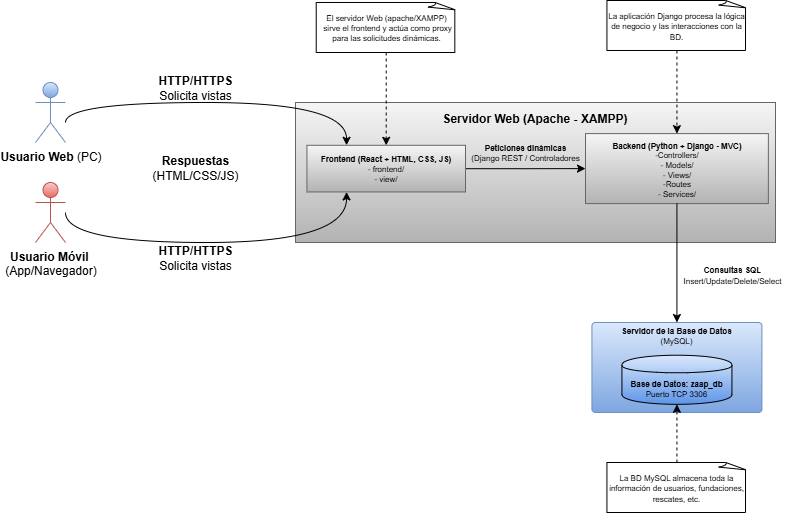
Pauland08/Proyecto-Zaap keeps this draw.io diagram as _docs/trim_03/Diagrama de Distribución UML/Diagrama de despliegue.png. Above is the earlier version. Source tidied: cells renumbered, new cells last; positions are measured from the earlier drawing's top-left corner, leaving out a move shared by most shapes. Its diagram source:
```xml
<mxGraphModel>
  <root>
    <mxCell id="0" />
    <mxCell id="1" parent="0" />
    <mxCell id="2" value="&lt;b&gt;Usuario Web &lt;/b&gt;(PC)" style="shape=umlActor;verticalLabelPosition=bottom;verticalAlign=top;html=1;fillColor=#dae8fc;strokeColor=#6c8ebf;gradientColor=#7ea6e0;" parent="1" vertex="1">
      <mxGeometry y="82" width="30" height="60" as="geometry" />
    </mxCell>
    <mxCell id="3" value="&lt;b&gt;Usuario Móvil&amp;nbsp;&lt;/b&gt;&lt;div&gt;(App/Navegador)&lt;/div&gt;" style="shape=umlActor;verticalLabelPosition=bottom;verticalAlign=top;html=1;fillColor=#f8cecc;strokeColor=#b85450;gradientColor=#ea6b66;" parent="1" vertex="1">
      <mxGeometry y="182" width="30" height="60" as="geometry" />
    </mxCell>
    <mxCell id="4" value="&lt;b&gt;HTTP/HTTPS&lt;/b&gt;&lt;div&gt;Solicita vistas&lt;/div&gt;" style="text;html=1;align=center;verticalAlign=middle;whiteSpace=wrap;rounded=0;" parent="1" vertex="1">
      <mxGeometry x="120" y="242" width="80" height="30" as="geometry" />
    </mxCell>
    <mxCell id="5" value="&lt;b&gt;HTTP/HTTPS&lt;/b&gt;&lt;div&gt;Solicita vistas&lt;/div&gt;" style="text;html=1;align=center;verticalAlign=middle;whiteSpace=wrap;rounded=0;" parent="1" vertex="1">
      <mxGeometry x="120" y="72" width="80" height="30" as="geometry" />
    </mxCell>
    <mxCell id="6" style="group;" parent="1" vertex="1">
      <mxGeometry x="260" y="102" width="480" height="140" as="geometry" />
    </mxCell>
    <mxCell id="7" style="group;" parent="6" vertex="1">
      <mxGeometry width="480" height="140" as="geometry" />
    </mxCell>
    <mxCell id="8" style="group;" parent="7" vertex="1">
      <mxGeometry width="480" height="140" as="geometry" />
    </mxCell>
    <mxCell id="9" style="rounded=0;whiteSpace=wrap;html=1;fillColor=#f5f5f5;gradientColor=#b3b3b3;strokeColor=#666666;" parent="8" vertex="1">
      <mxGeometry width="480" height="140" as="geometry" />
    </mxCell>
    <mxCell id="10" style="edgeStyle=orthogonalEdgeStyle;rounded=0;jettySize=auto;html=1;" parent="8" edge="1" source="11" target="12">
      <mxGeometry relative="1" as="geometry" />
    </mxCell>
    <mxCell id="11" value="&lt;div style=&quot;line-height: 80%;&quot;&gt;&lt;font style=&quot;font-size: 8px; line-height: 80%;&quot;&gt;&lt;b&gt;Frontend (React + HTML, CSS, JS)&lt;/b&gt;&lt;/font&gt;&lt;/div&gt;&lt;div style=&quot;line-height: 80%;&quot;&gt;&lt;span style=&quot;font-size: 8px; background-color: transparent; color: light-dark(rgb(0, 0, 0), rgb(255, 255, 255));&quot;&gt;-&amp;nbsp;frontend/&lt;/span&gt;&lt;/div&gt;&lt;div style=&quot;line-height: 80%;&quot;&gt;&lt;span style=&quot;font-size: 8px; background-color: transparent; color: light-dark(rgb(0, 0, 0), rgb(255, 255, 255));&quot;&gt;- view/&lt;/span&gt;&lt;/div&gt;" style="rounded=0;whiteSpace=wrap;html=1;fillColor=#f5f5f5;gradientColor=#b3b3b3;strokeColor=#666666;" parent="8" vertex="1">
      <mxGeometry x="11.4" y="42.8" width="158.6" height="46.7" as="geometry" />
    </mxCell>
    <mxCell id="12" value="&lt;div style=&quot;line-height: 80%;&quot;&gt;&lt;span style=&quot;font-size: 8px; line-height: 80%;&quot;&gt;&lt;b&gt;Backend (Python + Django - MVC)&lt;/b&gt;&lt;/span&gt;&lt;div&gt;&lt;span style=&quot;font-size: 8px; line-height: 80%;&quot;&gt;-Controllers/&lt;/span&gt;&lt;/div&gt;&lt;div&gt;&lt;span style=&quot;font-size: 8px; line-height: 80%;&quot;&gt;- Models/&lt;/span&gt;&lt;/div&gt;&lt;div&gt;&lt;span style=&quot;font-size: 8px; line-height: 80%;&quot;&gt;- Views/&lt;/span&gt;&lt;/div&gt;&lt;div&gt;&lt;span style=&quot;font-size: 8px; line-height: 80%;&quot;&gt;-Routes&lt;/span&gt;&lt;/div&gt;&lt;div&gt;&lt;span style=&quot;font-size: 8px; line-height: 80%;&quot;&gt;- Services/&lt;/span&gt;&lt;/div&gt;&lt;/div&gt;" style="rounded=0;whiteSpace=wrap;html=1;fillColor=#f5f5f5;gradientColor=#b3b3b3;strokeColor=#666666;" parent="8" vertex="1">
      <mxGeometry x="290" y="31.1" width="182.9" height="70" as="geometry" />
    </mxCell>
    <mxCell id="13" value="&lt;b&gt;Servidor Web (Apache - XAMPP)&lt;/b&gt;" style="text;html=1;align=center;verticalAlign=middle;whiteSpace=wrap;rounded=0;" parent="8" vertex="1">
      <mxGeometry x="91.4" y="1.1" width="297.1" height="30" as="geometry" />
    </mxCell>
    <mxCell id="14" value="&lt;div style=&quot;line-height: 80%;&quot;&gt;&lt;font style=&quot;font-size: 8px; line-height: 80%;&quot;&gt;&lt;b&gt;Peticiones dinámicas&lt;/b&gt;&lt;/font&gt;&lt;div&gt;&lt;font style=&quot;font-size: 8px; line-height: 80%;&quot;&gt;(Django REST / Controladores&lt;/font&gt;&lt;/div&gt;&lt;/div&gt;" style="text;html=1;align=center;verticalAlign=middle;whiteSpace=wrap;rounded=0;" parent="8" vertex="1">
      <mxGeometry x="170" y="34.1" width="120" height="30" as="geometry" />
    </mxCell>
    <mxCell id="15" style="rounded=0;jettySize=auto;html=1;entryX=0.25;entryY=0;entryDx=0;entryDy=0;elbow=vertical;edgeStyle=orthogonalEdgeStyle;curved=1;" parent="1" edge="1" target="11">
      <mxGeometry relative="1" as="geometry">
        <mxPoint x="30" y="122" as="sourcePoint" />
        <Array as="points">
          <mxPoint x="30" y="102" />
          <mxPoint x="311" y="102" />
        </Array>
      </mxGeometry>
    </mxCell>
    <mxCell id="16" style="rounded=0;jettySize=auto;html=1;entryX=0.25;entryY=1;entryDx=0;entryDy=0;edgeStyle=orthogonalEdgeStyle;curved=1;" parent="1" edge="1" target="11">
      <mxGeometry relative="1" as="geometry">
        <mxPoint x="30" y="212" as="sourcePoint" />
        <Array as="points">
          <mxPoint x="30" y="242" />
          <mxPoint x="311" y="242" />
        </Array>
      </mxGeometry>
    </mxCell>
    <mxCell id="17" value="&lt;div&gt;&lt;b&gt;Respuestas&lt;/b&gt;&lt;/div&gt;&lt;div&gt;(HTML/CSS/JS)&lt;/div&gt;" style="text;html=1;align=center;verticalAlign=middle;whiteSpace=wrap;rounded=0;" parent="1" vertex="1">
      <mxGeometry x="120" y="152" width="80" height="30" as="geometry" />
    </mxCell>
    <mxCell id="18" style="edgeStyle=orthogonalEdgeStyle;rounded=0;jettySize=auto;html=1;dashed=1;" parent="1" edge="1" source="19" target="11">
      <mxGeometry relative="1" as="geometry" />
    </mxCell>
    <mxCell id="19" value="&lt;div style=&quot;line-height: 80%;&quot;&gt;&lt;font style=&quot;font-size: 8px; line-height: 80%;&quot;&gt;El servidor Web (apache/XAMPP)&lt;/font&gt;&lt;div&gt;&lt;font style=&quot;font-size: 8px;&quot;&gt;&amp;nbsp;sirve el frontend y actúa como proxy para las solicitudes dinámicas.&lt;/font&gt;&lt;/div&gt;&lt;/div&gt;" style="whiteSpace=wrap;html=1;shape=mxgraph.basic.document;" parent="1" vertex="1">
      <mxGeometry x="280.7" y="2" width="140" height="50" as="geometry" />
    </mxCell>
    <mxCell id="20" style="edgeStyle=orthogonalEdgeStyle;rounded=0;jettySize=auto;html=1;entryX=0.5;entryY=0;entryDx=0;entryDy=0;dashed=1;" parent="1" edge="1" source="21" target="12">
      <mxGeometry relative="1" as="geometry" />
    </mxCell>
    <mxCell id="21" value="&lt;div style=&quot;line-height: 80%;&quot;&gt;&lt;font style=&quot;font-size: 8px;&quot;&gt;La aplicación Django procesa la lógica de negocio y las interacciones con la BD.&lt;/font&gt;&lt;/div&gt;" style="whiteSpace=wrap;html=1;shape=mxgraph.basic.document;" parent="1" vertex="1">
      <mxGeometry x="571.4" width="140" height="50" as="geometry" />
    </mxCell>
    <mxCell id="22" style="group;glass=0;" parent="1" vertex="1">
      <mxGeometry x="556.4" y="322" width="170" height="90" as="geometry" />
    </mxCell>
    <mxCell id="23" style="group;" parent="22" vertex="1">
      <mxGeometry width="170" height="90" as="geometry" />
    </mxCell>
    <mxCell id="24" style="rounded=1;whiteSpace=wrap;html=1;arcSize=4;fillColor=#dae8fc;gradientColor=#7ea6e0;strokeColor=#6c8ebf;strokeWidth=1;glass=0;shadow=0;" parent="23" vertex="1">
      <mxGeometry width="170" height="90" as="geometry" />
    </mxCell>
    <mxCell id="25" value="&lt;div style=&quot;line-height: 80%;&quot;&gt;&lt;font style=&quot;font-size: 8px; line-height: 80%;&quot;&gt;&lt;b&gt;Base de Datos: zaap_db&lt;/b&gt;&lt;/font&gt;&lt;div&gt;&lt;font style=&quot;font-size: 8px; line-height: 80%;&quot;&gt;Puerto TCP 3306&lt;/font&gt;&lt;/div&gt;&lt;/div&gt;" style="shape=cylinder;whiteSpace=wrap;html=1;boundedLbl=1;backgroundOutline=1;fillColor=#dae8fc;gradientColor=light-dark(#5e95e8, #436697);strokeColor=#000000;" parent="23" vertex="1">
      <mxGeometry x="30" y="32.7" width="110" height="49.1" as="geometry" />
    </mxCell>
    <mxCell id="26" value="&lt;div style=&quot;line-height: 80%;&quot;&gt;&lt;div&gt;&lt;font style=&quot;font-size: 8px; line-height: 80%;&quot;&gt;&lt;b&gt;Servidor de la Base de Datos&lt;/b&gt;&lt;/font&gt;&lt;/div&gt;&lt;div&gt;&lt;font style=&quot;font-size: 8px; line-height: 80%;&quot;&gt;(MySQL)&lt;/font&gt;&lt;/div&gt;&lt;/div&gt;" style="text;html=1;align=center;verticalAlign=middle;whiteSpace=wrap;rounded=0;" parent="23" vertex="1">
      <mxGeometry x="25" width="120" height="24.5" as="geometry" />
    </mxCell>
    <mxCell id="27" style="edgeStyle=orthogonalEdgeStyle;rounded=0;jettySize=auto;html=1;exitX=0.5;exitY=1;exitDx=0;exitDy=0;entryX=0.5;entryY=0;entryDx=0;entryDy=0;" parent="1" edge="1" source="12" target="26">
      <mxGeometry relative="1" as="geometry" />
    </mxCell>
    <mxCell id="28" style="edgeStyle=orthogonalEdgeStyle;rounded=0;jettySize=auto;html=1;exitX=0.5;exitY=0;exitDx=0;exitDy=0;exitPerimeter=0;entryX=0.5;entryY=1;entryDx=0;entryDy=0;dashed=1;" parent="1" edge="1" source="29" target="25">
      <mxGeometry relative="1" as="geometry" />
    </mxCell>
    <mxCell id="29" value="&lt;div style=&quot;line-height: 80%;&quot;&gt;&lt;font style=&quot;font-size: 8px;&quot;&gt;La BD MySQL almacena toda la información de usuarios, fundaciones, rescates, etc.&lt;/font&gt;&lt;/div&gt;" style="whiteSpace=wrap;html=1;shape=mxgraph.basic.document;" parent="1" vertex="1">
      <mxGeometry x="571.4" y="462" width="140" height="50" as="geometry" />
    </mxCell>
    <mxCell id="30" value="&lt;div style=&quot;line-height: 80%;&quot;&gt;&lt;div&gt;&lt;span style=&quot;font-size: 8px; background-color: transparent; color: light-dark(rgb(0, 0, 0), rgb(255, 255, 255));&quot;&gt;&lt;b&gt;Consultas SQL&lt;/b&gt;&lt;/span&gt;&lt;/div&gt;&lt;div&gt;&lt;span style=&quot;font-size: 8px;&quot;&gt;Insert/Update/Delete/Select&lt;/span&gt;&lt;/div&gt;&lt;/div&gt;" style="text;html=1;align=center;verticalAlign=middle;whiteSpace=wrap;rounded=0;" parent="1" vertex="1">
      <mxGeometry x="637" y="262" width="120" height="24.5" as="geometry" />
    </mxCell>
  </root>
</mxGraphModel>
```
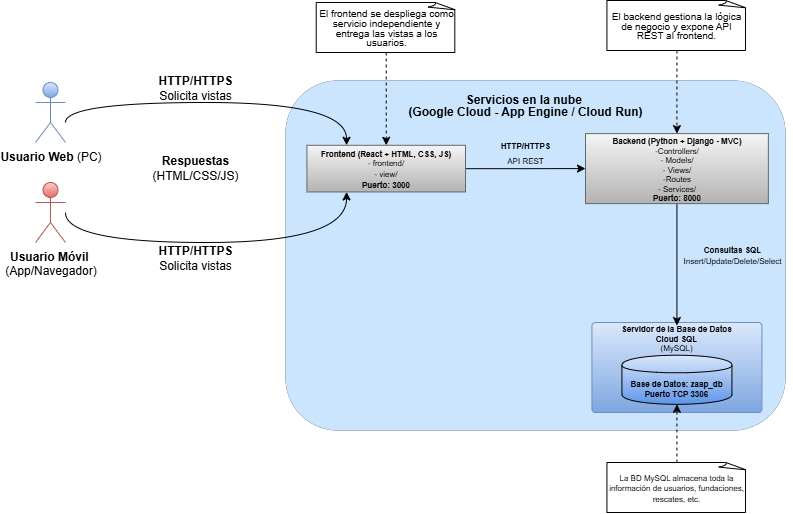
The same diagram one commit later.

The edit, as a diff of the source:
```diff
@@ -2,6 +2,9 @@
   <root>
     <mxCell id="0" />
     <mxCell id="1" parent="0" />
+    <mxCell id="31" value="&lt;div style=&quot;line-height: 80%;&quot;&gt;&lt;br&gt;&lt;/div&gt;" style="rounded=1;whiteSpace=wrap;html=1;fillColor=#cce5ff;strokeColor=#36393d;shadow=0;strokeWidth=0;" parent="1" vertex="1">
+      <mxGeometry x="250" y="80" width="500" height="350" as="geometry" />
+    </mxCell>
     <mxCell id="2" value="&lt;b&gt;Usuario Web &lt;/b&gt;(PC)" style="shape=umlActor;verticalLabelPosition=bottom;verticalAlign=top;html=1;fillColor=#dae8fc;strokeColor=#6c8ebf;gradientColor=#7ea6e0;" parent="1" vertex="1">
       <mxGeometry y="82" width="30" height="60" as="geometry" />
     </mxCell>
@@ -14,33 +17,6 @@
     <mxCell id="5" value="&lt;b&gt;HTTP/HTTPS&lt;/b&gt;&lt;div&gt;Solicita vistas&lt;/div&gt;" style="text;html=1;align=center;verticalAlign=middle;whiteSpace=wrap;rounded=0;" parent="1" vertex="1">
       <mxGeometry x="120" y="72" width="80" height="30" as="geometry" />
     </mxCell>
-    <mxCell id="6" style="group;" parent="1" vertex="1">
-      <mxGeometry x="260" y="102" width="480" height="140" as="geometry" />
-    </mxCell>
-    <mxCell id="7" style="group;" parent="6" vertex="1">
-      <mxGeometry width="480" height="140" as="geometry" />
-    </mxCell>
-    <mxCell id="8" style="group;" parent="7" vertex="1">
-      <mxGeometry width="480" height="140" as="geometry" />
-    </mxCell>
-    <mxCell id="9" style="rounded=0;whiteSpace=wrap;html=1;fillColor=#f5f5f5;gradientColor=#b3b3b3;strokeColor=#666666;" parent="8" vertex="1">
-      <mxGeometry width="480" height="140" as="geometry" />
-    </mxCell>
-    <mxCell id="10" style="edgeStyle=orthogonalEdgeStyle;rounded=0;jettySize=auto;html=1;" parent="8" edge="1" source="11" target="12">
-      <mxGeometry relative="1" as="geometry" />
-    </mxCell>
-    <mxCell id="11" value="&lt;div style=&quot;line-height: 80%;&quot;&gt;&lt;font style=&quot;font-size: 8px; line-height: 80%;&quot;&gt;&lt;b&gt;Frontend (React + HTML, CSS, JS)&lt;/b&gt;&lt;/font&gt;&lt;/div&gt;&lt;div style=&quot;line-height: 80%;&quot;&gt;&lt;span style=&quot;font-size: 8px; background-color: transparent; color: light-dark(rgb(0, 0, 0), rgb(255, 255, 255));&quot;&gt;-&amp;nbsp;frontend/&lt;/span&gt;&lt;/div&gt;&lt;div style=&quot;line-height: 80%;&quot;&gt;&lt;span style=&quot;font-size: 8px; background-color: transparent; color: light-dark(rgb(0, 0, 0), rgb(255, 255, 255));&quot;&gt;- view/&lt;/span&gt;&lt;/div&gt;" style="rounded=0;whiteSpace=wrap;html=1;fillColor=#f5f5f5;gradientColor=#b3b3b3;strokeColor=#666666;" parent="8" vertex="1">
-      <mxGeometry x="11.4" y="42.8" width="158.6" height="46.7" as="geometry" />
-    </mxCell>
-    <mxCell id="12" value="&lt;div style=&quot;line-height: 80%;&quot;&gt;&lt;span style=&quot;font-size: 8px; line-height: 80%;&quot;&gt;&lt;b&gt;Backend (Python + Django - MVC)&lt;/b&gt;&lt;/span&gt;&lt;div&gt;&lt;span style=&quot;font-size: 8px; line-height: 80%;&quot;&gt;-Controllers/&lt;/span&gt;&lt;/div&gt;&lt;div&gt;&lt;span style=&quot;font-size: 8px; line-height: 80%;&quot;&gt;- Models/&lt;/span&gt;&lt;/div&gt;&lt;div&gt;&lt;span style=&quot;font-size: 8px; line-height: 80%;&quot;&gt;- Views/&lt;/span&gt;&lt;/div&gt;&lt;div&gt;&lt;span style=&quot;font-size: 8px; line-height: 80%;&quot;&gt;-Routes&lt;/span&gt;&lt;/div&gt;&lt;div&gt;&lt;span style=&quot;font-size: 8px; line-height: 80%;&quot;&gt;- Services/&lt;/span&gt;&lt;/div&gt;&lt;/div&gt;" style="rounded=0;whiteSpace=wrap;html=1;fillColor=#f5f5f5;gradientColor=#b3b3b3;strokeColor=#666666;" parent="8" vertex="1">
-      <mxGeometry x="290" y="31.1" width="182.9" height="70" as="geometry" />
-    </mxCell>
-    <mxCell id="13" value="&lt;b&gt;Servidor Web (Apache - XAMPP)&lt;/b&gt;" style="text;html=1;align=center;verticalAlign=middle;whiteSpace=wrap;rounded=0;" parent="8" vertex="1">
-      <mxGeometry x="91.4" y="1.1" width="297.1" height="30" as="geometry" />
-    </mxCell>
-    <mxCell id="14" value="&lt;div style=&quot;line-height: 80%;&quot;&gt;&lt;font style=&quot;font-size: 8px; line-height: 80%;&quot;&gt;&lt;b&gt;Peticiones dinámicas&lt;/b&gt;&lt;/font&gt;&lt;div&gt;&lt;font style=&quot;font-size: 8px; line-height: 80%;&quot;&gt;(Django REST / Controladores&lt;/font&gt;&lt;/div&gt;&lt;/div&gt;" style="text;html=1;align=center;verticalAlign=middle;whiteSpace=wrap;rounded=0;" parent="8" vertex="1">
-      <mxGeometry x="170" y="34.1" width="120" height="30" as="geometry" />
-    </mxCell>
     <mxCell id="15" style="rounded=0;jettySize=auto;html=1;entryX=0.25;entryY=0;entryDx=0;entryDy=0;elbow=vertical;edgeStyle=orthogonalEdgeStyle;curved=1;" parent="1" edge="1" target="11">
       <mxGeometry relative="1" as="geometry">
         <mxPoint x="30" y="122" as="sourcePoint" />
@@ -65,13 +41,13 @@
     <mxCell id="18" style="edgeStyle=orthogonalEdgeStyle;rounded=0;jettySize=auto;html=1;dashed=1;" parent="1" edge="1" source="19" target="11">
       <mxGeometry relative="1" as="geometry" />
     </mxCell>
-    <mxCell id="19" value="&lt;div style=&quot;line-height: 80%;&quot;&gt;&lt;font style=&quot;font-size: 8px; line-height: 80%;&quot;&gt;El servidor Web (apache/XAMPP)&lt;/font&gt;&lt;div&gt;&lt;font style=&quot;font-size: 8px;&quot;&gt;&amp;nbsp;sirve el frontend y actúa como proxy para las solicitudes dinámicas.&lt;/font&gt;&lt;/div&gt;&lt;/div&gt;" style="whiteSpace=wrap;html=1;shape=mxgraph.basic.document;" parent="1" vertex="1">
+    <mxCell id="19" value="&lt;div style=&quot;line-height: 80%;&quot;&gt;&lt;font style=&quot;font-size: 10px;&quot;&gt;El frontend se despliega como servicio independiente y entrega las vistas a los usuarios.&lt;/font&gt;&lt;/div&gt;" style="whiteSpace=wrap;html=1;shape=mxgraph.basic.document;" parent="1" vertex="1">
       <mxGeometry x="280.7" y="2" width="140" height="50" as="geometry" />
     </mxCell>
     <mxCell id="20" style="edgeStyle=orthogonalEdgeStyle;rounded=0;jettySize=auto;html=1;entryX=0.5;entryY=0;entryDx=0;entryDy=0;dashed=1;" parent="1" edge="1" source="21" target="12">
       <mxGeometry relative="1" as="geometry" />
     </mxCell>
-    <mxCell id="21" value="&lt;div style=&quot;line-height: 80%;&quot;&gt;&lt;font style=&quot;font-size: 8px;&quot;&gt;La aplicación Django procesa la lógica de negocio y las interacciones con la BD.&lt;/font&gt;&lt;/div&gt;" style="whiteSpace=wrap;html=1;shape=mxgraph.basic.document;" parent="1" vertex="1">
+    <mxCell id="21" value="&lt;div style=&quot;line-height: 80%;&quot;&gt;&lt;font style=&quot;font-size: 10px;&quot;&gt;El backend gestiona la lógica de negocio y expone API REST al frontend.&lt;/font&gt;&lt;/div&gt;" style="whiteSpace=wrap;html=1;shape=mxgraph.basic.document;" parent="1" vertex="1">
       <mxGeometry x="571.4" width="140" height="50" as="geometry" />
     </mxCell>
     <mxCell id="22" style="group;glass=0;" parent="1" vertex="1">
@@ -83,11 +59,11 @@
     <mxCell id="24" style="rounded=1;whiteSpace=wrap;html=1;arcSize=4;fillColor=#dae8fc;gradientColor=#7ea6e0;strokeColor=#6c8ebf;strokeWidth=1;glass=0;shadow=0;" parent="23" vertex="1">
       <mxGeometry width="170" height="90" as="geometry" />
     </mxCell>
-    <mxCell id="25" value="&lt;div style=&quot;line-height: 80%;&quot;&gt;&lt;font style=&quot;font-size: 8px; line-height: 80%;&quot;&gt;&lt;b&gt;Base de Datos: zaap_db&lt;/b&gt;&lt;/font&gt;&lt;div&gt;&lt;font style=&quot;font-size: 8px; line-height: 80%;&quot;&gt;Puerto TCP 3306&lt;/font&gt;&lt;/div&gt;&lt;/div&gt;" style="shape=cylinder;whiteSpace=wrap;html=1;boundedLbl=1;backgroundOutline=1;fillColor=#dae8fc;gradientColor=light-dark(#5e95e8, #436697);strokeColor=#000000;" parent="23" vertex="1">
+    <mxCell id="25" value="&lt;div style=&quot;line-height: 80%;&quot;&gt;&lt;font style=&quot;font-size: 8px; line-height: 80%;&quot;&gt;&lt;b&gt;Base de Datos: zaap_db&lt;/b&gt;&lt;/font&gt;&lt;div&gt;&lt;font style=&quot;font-size: 8px; line-height: 80%;&quot;&gt;&lt;b&gt;Puerto TCP 3306&lt;/b&gt;&lt;/font&gt;&lt;/div&gt;&lt;/div&gt;" style="shape=cylinder;whiteSpace=wrap;html=1;boundedLbl=1;backgroundOutline=1;fillColor=#dae8fc;gradientColor=light-dark(#5e95e8, #436697);strokeColor=#000000;" parent="23" vertex="1">
       <mxGeometry x="30" y="32.7" width="110" height="49.1" as="geometry" />
     </mxCell>
-    <mxCell id="26" value="&lt;div style=&quot;line-height: 80%;&quot;&gt;&lt;div&gt;&lt;font style=&quot;font-size: 8px; line-height: 80%;&quot;&gt;&lt;b&gt;Servidor de la Base de Datos&lt;/b&gt;&lt;/font&gt;&lt;/div&gt;&lt;div&gt;&lt;font style=&quot;font-size: 8px; line-height: 80%;&quot;&gt;(MySQL)&lt;/font&gt;&lt;/div&gt;&lt;/div&gt;" style="text;html=1;align=center;verticalAlign=middle;whiteSpace=wrap;rounded=0;" parent="23" vertex="1">
-      <mxGeometry x="25" width="120" height="24.5" as="geometry" />
+    <mxCell id="26" value="&lt;div style=&quot;line-height: 80%;&quot;&gt;&lt;div&gt;&lt;font style=&quot;font-size: 8px; line-height: 80%;&quot;&gt;&lt;b&gt;Servidor de la Base de Datos&lt;br&gt;Cloud SQL&lt;/b&gt;&lt;/font&gt;&lt;/div&gt;&lt;div&gt;&lt;font style=&quot;font-size: 8px; line-height: 80%;&quot;&gt;(MySQL)&lt;/font&gt;&lt;/div&gt;&lt;/div&gt;" style="text;html=1;align=center;verticalAlign=middle;whiteSpace=wrap;rounded=0;" parent="23" vertex="1">
+      <mxGeometry x="25" y="3" width="120" height="24.5" as="geometry" />
     </mxCell>
     <mxCell id="27" style="edgeStyle=orthogonalEdgeStyle;rounded=0;jettySize=auto;html=1;exitX=0.5;exitY=1;exitDx=0;exitDy=0;entryX=0.5;entryY=0;entryDx=0;entryDy=0;" parent="1" edge="1" source="12" target="26">
       <mxGeometry relative="1" as="geometry" />
@@ -99,7 +75,22 @@
       <mxGeometry x="571.4" y="462" width="140" height="50" as="geometry" />
     </mxCell>
     <mxCell id="30" value="&lt;div style=&quot;line-height: 80%;&quot;&gt;&lt;div&gt;&lt;span style=&quot;font-size: 8px; background-color: transparent; color: light-dark(rgb(0, 0, 0), rgb(255, 255, 255));&quot;&gt;&lt;b&gt;Consultas SQL&lt;/b&gt;&lt;/span&gt;&lt;/div&gt;&lt;div&gt;&lt;span style=&quot;font-size: 8px;&quot;&gt;Insert/Update/Delete/Select&lt;/span&gt;&lt;/div&gt;&lt;/div&gt;" style="text;html=1;align=center;verticalAlign=middle;whiteSpace=wrap;rounded=0;" parent="1" vertex="1">
-      <mxGeometry x="637" y="262" width="120" height="24.5" as="geometry" />
+      <mxGeometry x="637" y="242" width="120" height="24.5" as="geometry" />
     </mxCell>
+    <mxCell id="10" style="edgeStyle=orthogonalEdgeStyle;rounded=0;jettySize=auto;html=1;" parent="1" edge="1" source="11" target="12">
+      <mxGeometry relative="1" as="geometry" />
+    </mxCell>
+    <mxCell id="11" value="&lt;div style=&quot;line-height: 80%;&quot;&gt;&lt;font style=&quot;font-size: 8px; line-height: 80%;&quot;&gt;&lt;b&gt;Frontend (React + HTML, CSS, JS)&lt;/b&gt;&lt;/font&gt;&lt;/div&gt;&lt;div style=&quot;line-height: 80%;&quot;&gt;&lt;span style=&quot;font-size: 8px; background-color: transparent; color: light-dark(rgb(0, 0, 0), rgb(255, 255, 255));&quot;&gt;-&amp;nbsp;frontend/&lt;/span&gt;&lt;/div&gt;&lt;div style=&quot;line-height: 80%;&quot;&gt;&lt;span style=&quot;font-size: 8px; background-color: transparent; color: light-dark(rgb(0, 0, 0), rgb(255, 255, 255));&quot;&gt;- view/&lt;/span&gt;&lt;/div&gt;&lt;div style=&quot;line-height: 80%;&quot;&gt;&lt;span style=&quot;font-size: 8px; background-color: transparent; color: light-dark(rgb(0, 0, 0), rgb(255, 255, 255));&quot;&gt;&lt;b&gt;Puerto: 3000&lt;/b&gt;&lt;/span&gt;&lt;/div&gt;" style="rounded=0;whiteSpace=wrap;html=1;fillColor=#f5f5f5;gradientColor=#b3b3b3;strokeColor=#666666;" parent="1" vertex="1">
+      <mxGeometry x="271.4" y="144.8" width="158.6" height="46.7" as="geometry" />
+    </mxCell>
+    <mxCell id="12" value="&lt;div style=&quot;line-height: 80%;&quot;&gt;&lt;span style=&quot;font-size: 8px; line-height: 80%;&quot;&gt;&lt;b&gt;Backend (Python + Django - MVC)&lt;/b&gt;&lt;/span&gt;&lt;div&gt;&lt;span style=&quot;font-size: 8px; line-height: 80%;&quot;&gt;-Controllers/&lt;/span&gt;&lt;/div&gt;&lt;div&gt;&lt;span style=&quot;font-size: 8px; line-height: 80%;&quot;&gt;- Models/&lt;/span&gt;&lt;/div&gt;&lt;div&gt;&lt;span style=&quot;font-size: 8px; line-height: 80%;&quot;&gt;- Views/&lt;/span&gt;&lt;/div&gt;&lt;div&gt;&lt;span style=&quot;font-size: 8px; line-height: 80%;&quot;&gt;-Routes&lt;/span&gt;&lt;/div&gt;&lt;div&gt;&lt;span style=&quot;font-size: 8px; line-height: 80%;&quot;&gt;- Services/&lt;/span&gt;&lt;/div&gt;&lt;div&gt;&lt;span style=&quot;font-size: 8px; line-height: 80%;&quot;&gt;&lt;b&gt;Puerto: 8000&lt;/b&gt;&lt;/span&gt;&lt;/div&gt;&lt;/div&gt;" style="rounded=0;whiteSpace=wrap;html=1;fillColor=#f5f5f5;gradientColor=#b3b3b3;strokeColor=#666666;" parent="1" vertex="1">
+      <mxGeometry x="550" y="133.1" width="182.9" height="70" as="geometry" />
+    </mxCell>
+    <mxCell id="14" value="&lt;span style=&quot;font-size: 8px;&quot;&gt;&lt;b&gt;HTTP/HTTPS&lt;/b&gt;&lt;br&gt;API REST&lt;/span&gt;" style="text;html=1;align=center;verticalAlign=middle;whiteSpace=wrap;rounded=0;" parent="1" vertex="1">
+      <mxGeometry x="430" y="136.1" width="120" height="30" as="geometry" />
+    </mxCell>
+    <mxCell id="32" value="&lt;div style=&quot;line-height: 0%;&quot;&gt;&lt;p&gt;&lt;font&gt;&lt;b style=&quot;&quot;&gt;Servicios en la nube&amp;nbsp;&lt;/b&gt;&lt;/font&gt;&lt;/p&gt;&lt;p&gt;&lt;font&gt;&lt;b style=&quot;&quot;&gt;(Google Cloud - App Engine / Cloud Run)&lt;/b&gt;&lt;/font&gt;&lt;/p&gt;&lt;/div&gt;" style="text;whiteSpace=wrap;html=1;align=center;" parent="1" vertex="1">
+      <mxGeometry x="355" y="80" width="270" height="50" as="geometry" />
+    </mxCell>
   </root>
 </mxGraphModel>
```
